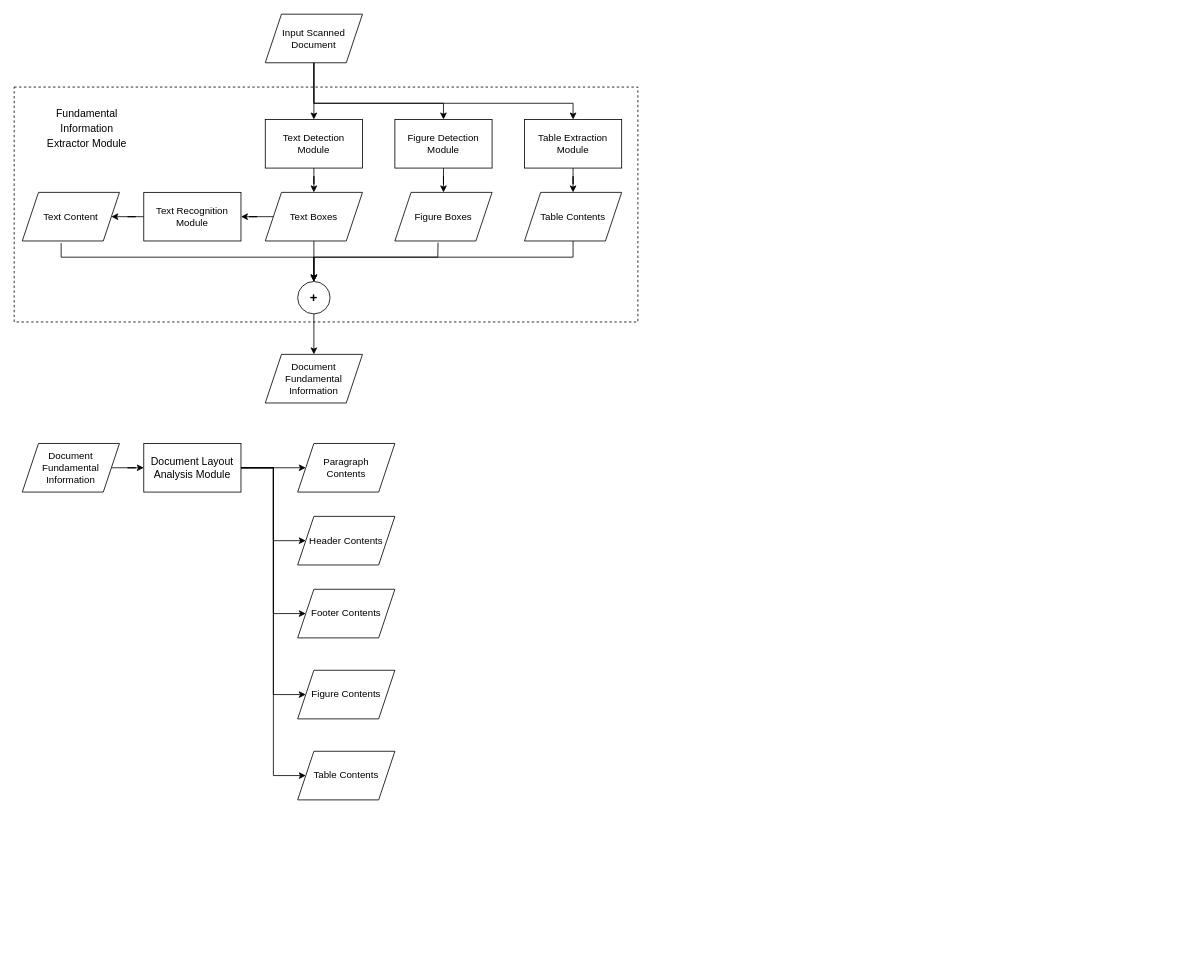
This is Untitled Diagram.drawio from moewiee/cassava, a draw.io file, before an edit. Source tidied: cells renumbered, new cells numbered last; positions are measured from the earlier drawing's top-left corner, leaving out a move shared by most shapes. Both pictures are drawn from the tidied source at 81%, with x=0, y=0 at pixel (14, 14).
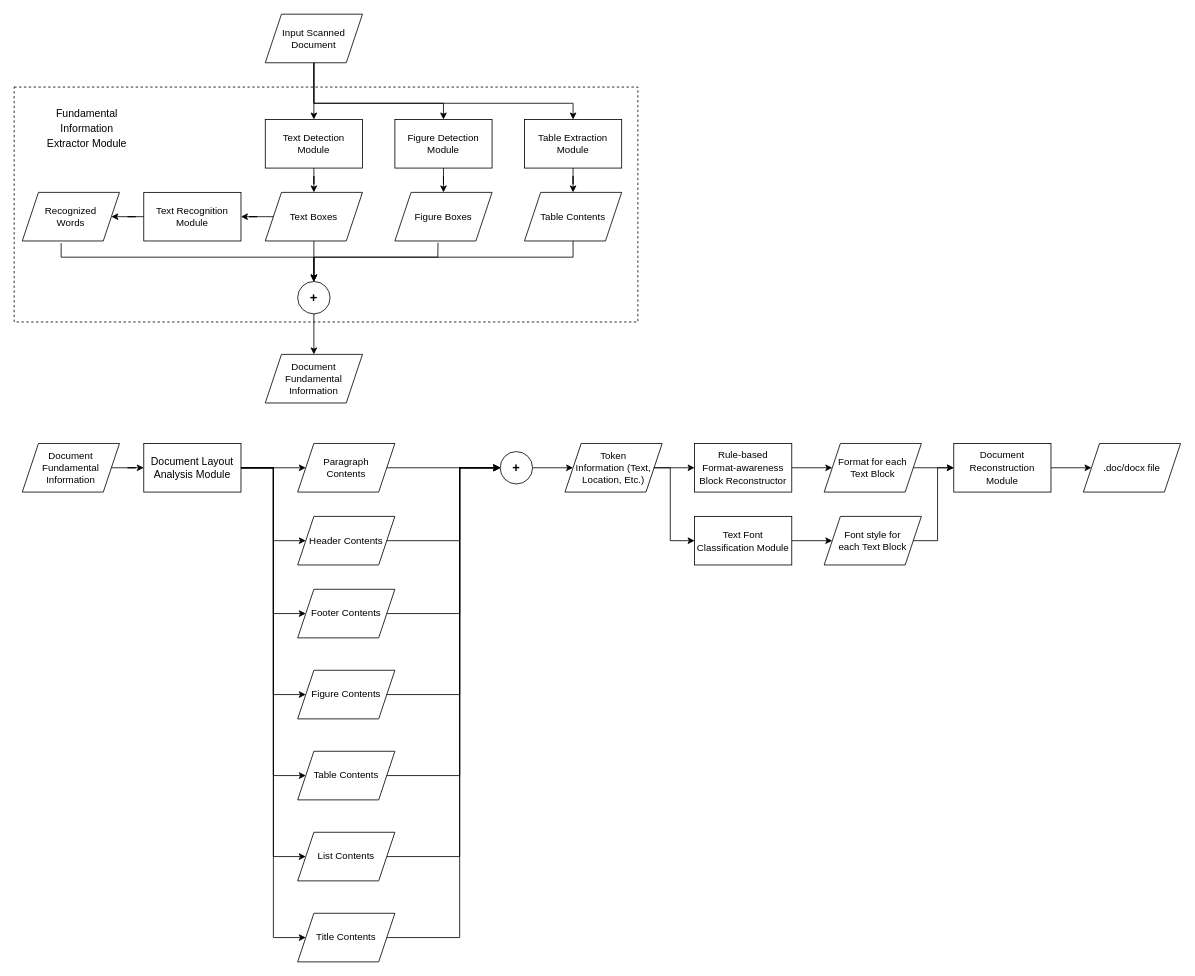
The same diagram, later.

Unchanged cells that the change refers to:
```xml
<mxCell id="31" value="Document Layout Analysis Module" style="rounded=0;whiteSpace=wrap;html=1;fontSize=13;fillColor=none;" parent="1" vertex="1">
  <mxGeometry x="160" y="530" width="120" height="60" as="geometry" />
</mxCell>
<mxCell id="32" value="Paragraph &lt;br&gt;Contents" style="shape=parallelogram;perimeter=parallelogramPerimeter;whiteSpace=wrap;html=1;fixedSize=1;" parent="1" vertex="1">
  <mxGeometry x="350" y="530" width="120" height="60" as="geometry" />
</mxCell>
<mxCell id="33" value="Header Contents" style="shape=parallelogram;perimeter=parallelogramPerimeter;whiteSpace=wrap;html=1;fixedSize=1;" parent="1" vertex="1">
  <mxGeometry x="350" y="620" width="120" height="60" as="geometry" />
</mxCell>
<mxCell id="34" value="Footer Contents" style="shape=parallelogram;perimeter=parallelogramPerimeter;whiteSpace=wrap;html=1;fixedSize=1;" parent="1" vertex="1">
  <mxGeometry x="350" y="710" width="120" height="60" as="geometry" />
</mxCell>
<mxCell id="35" value="Figure Contents" style="shape=parallelogram;perimeter=parallelogramPerimeter;whiteSpace=wrap;html=1;fixedSize=1;" parent="1" vertex="1">
  <mxGeometry x="350" y="810" width="120" height="60" as="geometry" />
</mxCell>
<mxCell id="36" value="Table Contents" style="shape=parallelogram;perimeter=parallelogramPerimeter;whiteSpace=wrap;html=1;fixedSize=1;" parent="1" vertex="1">
  <mxGeometry x="350" y="910" width="120" height="60" as="geometry" />
</mxCell>
```

The edit, as a diff of the source:
```diff
@@
-    <mxCell id="11" value="Text Content" style="shape=parallelogram;perimeter=parallelogramPerimeter;whiteSpace=wrap;html=1;fixedSize=1;" parent="1" vertex="1">
+    <mxCell id="11" value="Recognized &lt;br&gt;Words" style="shape=parallelogram;perimeter=parallelogramPerimeter;whiteSpace=wrap;html=1;fixedSize=1;" parent="1" vertex="1">
       <mxGeometry x="10" y="220" width="120" height="60" as="geometry" />
     </mxCell>
@@
+    <mxCell id="41" style="edgeStyle=orthogonalEdgeStyle;rounded=0;jettySize=auto;html=1;fontSize=13;" parent="1" edge="1" source="32" target="47">
+      <mxGeometry relative="1" as="geometry" />
+    </mxCell>
@@
+    <mxCell id="42" value="List Contents" style="shape=parallelogram;perimeter=parallelogramPerimeter;whiteSpace=wrap;html=1;fixedSize=1;" parent="1" vertex="1">
+      <mxGeometry x="350" y="1010" width="120" height="60" as="geometry" />
+    </mxCell>
+    <mxCell id="43" style="endArrow=classic;html=1;rounded=0;fontSize=13;exitX=1;exitY=0.5;exitDx=0;exitDy=0;entryX=0;entryY=0.5;entryDx=0;entryDy=0;" parent="1" edge="1" source="31" target="42">
+      <mxGeometry relative="1" as="geometry">
+        <Array as="points">
+          <mxPoint x="320" y="560" />
+          <mxPoint x="320" y="1040" />
+        </Array>
+      </mxGeometry>
+    </mxCell>
+    <mxCell id="44" value="Title Contents" style="shape=parallelogram;perimeter=parallelogramPerimeter;whiteSpace=wrap;html=1;fixedSize=1;" parent="1" vertex="1">
+      <mxGeometry x="350" y="1110" width="120" height="60" as="geometry" />
+    </mxCell>
+    <mxCell id="45" style="endArrow=classic;html=1;rounded=0;fontSize=13;exitX=1;exitY=0.5;exitDx=0;exitDy=0;entryX=0;entryY=0.5;entryDx=0;entryDy=0;" parent="1" edge="1" source="31" target="44">
+      <mxGeometry relative="1" as="geometry">
+        <Array as="points">
+          <mxPoint x="320" y="560" />
+          <mxPoint x="320" y="1140" />
+        </Array>
+      </mxGeometry>
+    </mxCell>
+    <mxCell id="46" style="edgeStyle=orthogonalEdgeStyle;rounded=0;jettySize=auto;html=1;fontSize=13;" parent="1" edge="1" source="47" target="55">
+      <mxGeometry relative="1" as="geometry" />
+    </mxCell>
+    <mxCell id="47" value="&lt;b&gt;&lt;font style=&quot;font-size: 16px;&quot;&gt;+&lt;/font&gt;&lt;/b&gt;" style="ellipse;whiteSpace=wrap;html=1;" parent="1" vertex="1">
+      <mxGeometry x="600" y="540" width="40" height="40" as="geometry" />
+    </mxCell>
+    <mxCell id="48" style="endArrow=classic;html=1;rounded=0;fontSize=13;exitX=1;exitY=0.5;exitDx=0;exitDy=0;entryX=0;entryY=0.5;entryDx=0;entryDy=0;" parent="1" edge="1" source="33" target="47">
+      <mxGeometry relative="1" as="geometry">
+        <Array as="points">
+          <mxPoint x="550" y="650" />
+          <mxPoint x="550" y="560" />
+        </Array>
+      </mxGeometry>
+    </mxCell>
+    <mxCell id="49" style="endArrow=classic;html=1;rounded=0;fontSize=13;exitX=1;exitY=0.5;exitDx=0;exitDy=0;entryX=0;entryY=0.5;entryDx=0;entryDy=0;" parent="1" edge="1" source="34" target="47">
+      <mxGeometry relative="1" as="geometry">
+        <Array as="points">
+          <mxPoint x="550" y="740" />
+          <mxPoint x="550" y="560" />
+        </Array>
+      </mxGeometry>
+    </mxCell>
+    <mxCell id="50" style="endArrow=classic;html=1;rounded=0;fontSize=13;exitX=1;exitY=0.5;exitDx=0;exitDy=0;entryX=0;entryY=0.5;entryDx=0;entryDy=0;" parent="1" edge="1" source="35" target="47">
+      <mxGeometry relative="1" as="geometry">
+        <Array as="points">
+          <mxPoint x="550" y="840" />
+          <mxPoint x="550" y="560" />
+        </Array>
+      </mxGeometry>
+    </mxCell>
+    <mxCell id="51" style="endArrow=classic;html=1;rounded=0;fontSize=13;exitX=1;exitY=0.5;exitDx=0;exitDy=0;entryX=0;entryY=0.5;entryDx=0;entryDy=0;" parent="1" edge="1" source="36" target="47">
+      <mxGeometry relative="1" as="geometry">
+        <Array as="points">
+          <mxPoint x="550" y="940" />
+          <mxPoint x="550" y="560" />
+        </Array>
+      </mxGeometry>
+    </mxCell>
+    <mxCell id="52" style="endArrow=classic;html=1;rounded=0;fontSize=13;exitX=1;exitY=0.5;exitDx=0;exitDy=0;entryX=0;entryY=0.5;entryDx=0;entryDy=0;" parent="1" edge="1" source="42" target="47">
+      <mxGeometry relative="1" as="geometry">
+        <Array as="points">
+          <mxPoint x="550" y="1040" />
+          <mxPoint x="550" y="560" />
+        </Array>
+      </mxGeometry>
+    </mxCell>
+    <mxCell id="53" style="endArrow=classic;html=1;rounded=0;fontSize=13;exitX=1;exitY=0.5;exitDx=0;exitDy=0;entryX=0;entryY=0.5;entryDx=0;entryDy=0;" parent="1" edge="1" source="44" target="47">
+      <mxGeometry relative="1" as="geometry">
+        <Array as="points">
+          <mxPoint x="550" y="1140" />
+          <mxPoint x="550" y="560" />
+        </Array>
+      </mxGeometry>
+    </mxCell>
+    <mxCell id="54" style="edgeStyle=orthogonalEdgeStyle;rounded=0;jettySize=auto;html=1;fontSize=13;" parent="1" edge="1" source="55" target="57">
+      <mxGeometry relative="1" as="geometry" />
+    </mxCell>
+    <mxCell id="55" value="Token &lt;br&gt;Information (Text, Location, Etc.)" style="shape=parallelogram;perimeter=parallelogramPerimeter;whiteSpace=wrap;html=1;fixedSize=1;" parent="1" vertex="1">
+      <mxGeometry x="680" y="530" width="120" height="60" as="geometry" />
+    </mxCell>
+    <mxCell id="56" style="edgeStyle=orthogonalEdgeStyle;rounded=0;jettySize=auto;html=1;fontSize=12;" parent="1" edge="1" source="57" target="62">
+      <mxGeometry relative="1" as="geometry" />
+    </mxCell>
+    <mxCell id="57" value="&lt;font style=&quot;font-size: 12px;&quot;&gt;Rule-based &lt;br&gt;Format-awareness Block Reconstructor&lt;/font&gt;" style="rounded=0;whiteSpace=wrap;html=1;fontSize=13;fillColor=none;" parent="1" vertex="1">
+      <mxGeometry x="840" y="530" width="120" height="60" as="geometry" />
+    </mxCell>
+    <mxCell id="58" style="edgeStyle=orthogonalEdgeStyle;rounded=0;jettySize=auto;html=1;fontSize=12;" parent="1" edge="1" source="59" target="63">
+      <mxGeometry relative="1" as="geometry" />
+    </mxCell>
+    <mxCell id="59" value="&lt;span style=&quot;font-size: 12px;&quot;&gt;Text Font Classification Module&lt;/span&gt;" style="rounded=0;whiteSpace=wrap;html=1;fontSize=13;fillColor=none;" parent="1" vertex="1">
+      <mxGeometry x="840" y="620" width="120" height="60" as="geometry" />
+    </mxCell>
+    <mxCell id="60" style="endArrow=classic;html=1;rounded=0;fontSize=12;exitX=1;exitY=0.5;exitDx=0;exitDy=0;entryX=0;entryY=0.5;entryDx=0;entryDy=0;" parent="1" edge="1" source="55" target="59">
+      <mxGeometry relative="1" as="geometry">
+        <Array as="points">
+          <mxPoint x="810" y="560" />
+          <mxPoint x="810" y="650" />
+        </Array>
+      </mxGeometry>
+    </mxCell>
+    <mxCell id="61" style="edgeStyle=orthogonalEdgeStyle;rounded=0;jettySize=auto;html=1;fontSize=12;" parent="1" edge="1" source="62" target="65">
+      <mxGeometry relative="1" as="geometry" />
+    </mxCell>
+    <mxCell id="62" value="Format for each&lt;br&gt;Text Block" style="shape=parallelogram;perimeter=parallelogramPerimeter;whiteSpace=wrap;html=1;fixedSize=1;" parent="1" vertex="1">
+      <mxGeometry x="1000" y="530" width="120" height="60" as="geometry" />
+    </mxCell>
+    <mxCell id="63" value="Font style for&lt;br&gt;each Text Block" style="shape=parallelogram;perimeter=parallelogramPerimeter;whiteSpace=wrap;html=1;fixedSize=1;" parent="1" vertex="1">
+      <mxGeometry x="1000" y="620" width="120" height="60" as="geometry" />
+    </mxCell>
+    <mxCell id="64" style="edgeStyle=orthogonalEdgeStyle;rounded=0;jettySize=auto;html=1;fontSize=12;" parent="1" edge="1" source="65" target="67">
+      <mxGeometry relative="1" as="geometry" />
+    </mxCell>
+    <mxCell id="65" value="&lt;span style=&quot;font-size: 12px;&quot;&gt;Document Reconstruction Module&lt;/span&gt;" style="rounded=0;whiteSpace=wrap;html=1;fontSize=13;fillColor=none;" parent="1" vertex="1">
+      <mxGeometry x="1160" y="530" width="120" height="60" as="geometry" />
+    </mxCell>
+    <mxCell id="66" style="edgeStyle=orthogonalEdgeStyle;rounded=0;jettySize=auto;html=1;fontSize=12;exitX=1;exitY=0.5;exitDx=0;exitDy=0;entryX=0;entryY=0.5;entryDx=0;entryDy=0;" parent="1" edge="1" source="63" target="65">
+      <mxGeometry relative="1" as="geometry" />
+    </mxCell>
+    <mxCell id="67" value=".doc/docx file" style="shape=parallelogram;perimeter=parallelogramPerimeter;whiteSpace=wrap;html=1;fixedSize=1;" parent="1" vertex="1">
+      <mxGeometry x="1320" y="530" width="120" height="60" as="geometry" />
+    </mxCell>
```
